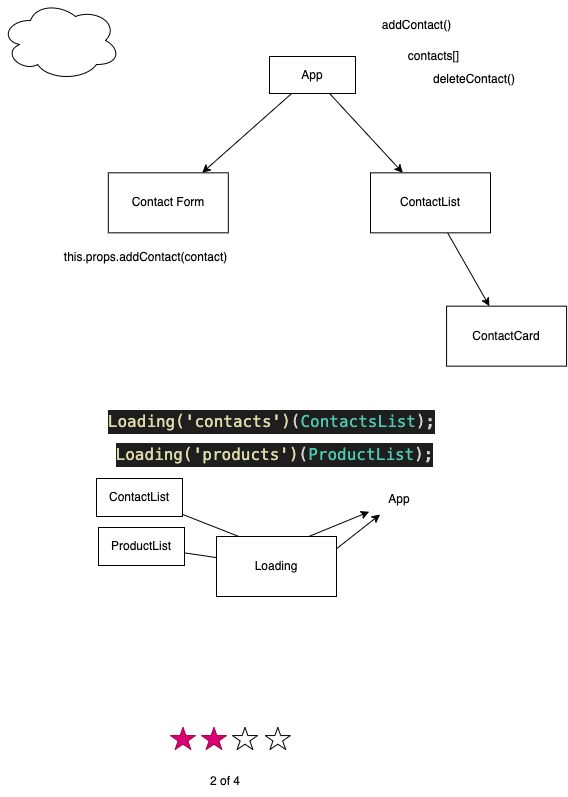
Before: images/day12.drawio.png, a diagram exported from draw.io (adithnaveen/2022-sapient-react-node-graphql). Source tidied: cells renumbered, new cells last; positions are measured from the earlier drawing's top-left corner, leaving out a move shared by most shapes.
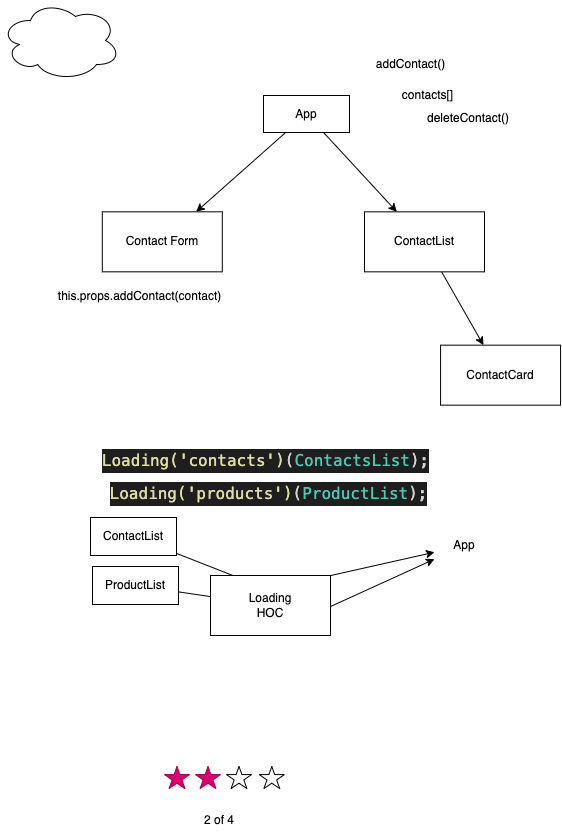
After the change.

Change to the diagram source:
```diff
@@ -40,7 +40,7 @@
       <mxGeometry x="422" y="65" width="104" height="28" as="geometry" />
     </mxCell>
     <mxCell id="13" style="ellipse;shape=cloud;whiteSpace=wrap;html=1;" parent="1" vertex="1">
-      <mxGeometry width="120" height="80" as="geometry" />
+      <mxGeometry x="6" y="-39" width="120" height="80" as="geometry" />
     </mxCell>
     <mxCell id="14" value="this.props.addContact(contact)" style="text;html=1;align=center;verticalAlign=middle;strokeColor=none;fillColor=none;" parent="1" vertex="1">
       <mxGeometry x="58" y="248" width="174" height="18" as="geometry" />
@@ -56,12 +56,12 @@
       <mxGeometry x="96" y="478" width="86" height="38" as="geometry" />
     </mxCell>
     <mxCell id="17" value="App" style="text;html=1;strokeColor=none;fillColor=none;align=center;verticalAlign=middle;whiteSpace=wrap;rounded=0;" parent="1" vertex="1">
-      <mxGeometry x="368.7" y="484" width="60" height="30" as="geometry" />
+      <mxGeometry x="440" y="491" width="60" height="30" as="geometry" />
     </mxCell>
     <mxCell id="18" value="ProductList" style="rounded=0;whiteSpace=wrap;html=1;" parent="1" vertex="1">
       <mxGeometry x="98" y="527" width="86" height="38" as="geometry" />
     </mxCell>
-    <mxCell id="19" value="Loading" style="rounded=0;whiteSpace=wrap;html=1;" parent="1" vertex="1">
+    <mxCell id="19" value="Loading&lt;br&gt;HOC" style="rounded=0;whiteSpace=wrap;html=1;" parent="1" vertex="1">
       <mxGeometry x="216" y="536" width="120" height="60" as="geometry" />
     </mxCell>
     <mxCell id="20" style="edgeStyle=none;html=1;endArrow=none;" parent="1" edge="1" source="18" target="19">
```
